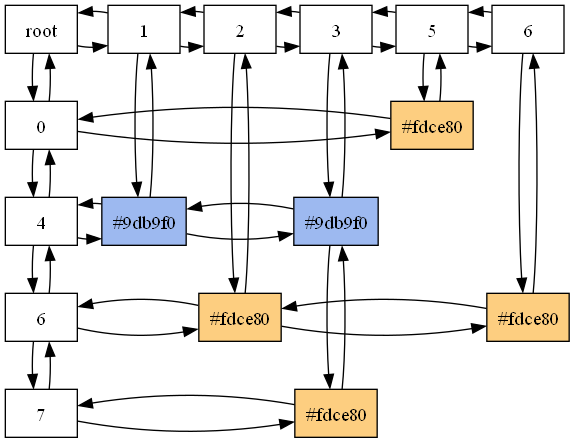
The Graphviz diagram Fase2/matrix.png in helenrodas/FasesProyectoEDD1S_202200066, before a commit. Its source is kept beside it as Fase2/matrix.dot.
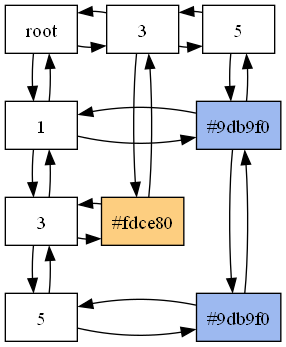
The same file after the commit.

Change to the diagram source:
```diff
@@ -1,66 +1,38 @@
  digraph Matrix {
  node[shape = "box"]
  "Nodo0_0"[label = "root", group="0"]
- "Nodo0_0"->"Nodo2_0"
- "Nodo0_0"->"Nodo2_0"[dir = back]
- "Nodo0_0"->"Nodo0_1"
- "Nodo0_0"->"Nodo0_1"[dir = back]
- "Nodo2_0"[label = "1", group="2"]
- "Nodo2_0"->"Nodo3_0"
- "Nodo2_0"->"Nodo3_0"[dir = back]
- "Nodo2_0"->"Nodo2_5"
- "Nodo2_0"->"Nodo2_5"[dir = back]
- "Nodo3_0"[label = "2", group="3"]
- "Nodo3_0"->"Nodo4_0"
- "Nodo3_0"->"Nodo4_0"[dir = back]
- "Nodo3_0"->"Nodo3_7"
- "Nodo3_0"->"Nodo3_7"[dir = back]
+ "Nodo0_0"->"Nodo4_0"
+ "Nodo0_0"->"Nodo4_0"[dir = back]
+ "Nodo0_0"->"Nodo0_2"
+ "Nodo0_0"->"Nodo0_2"[dir = back]
  "Nodo4_0"[label = "3", group="4"]
  "Nodo4_0"->"Nodo6_0"
  "Nodo4_0"->"Nodo6_0"[dir = back]
- "Nodo4_0"->"Nodo4_5"
- "Nodo4_0"->"Nodo4_5"[dir = back]
+ "Nodo4_0"->"Nodo4_4"
+ "Nodo4_0"->"Nodo4_4"[dir = back]
  "Nodo6_0"[label = "5", group="6"]
- "Nodo6_0"->"Nodo7_0"
- "Nodo6_0"->"Nodo7_0"[dir = back]
- "Nodo6_0"->"Nodo6_1"
- "Nodo6_0"->"Nodo6_1"[dir = back]
- "Nodo7_0"[label = "6", group="7"]
- "Nodo7_0"->"Nodo7_7"
- "Nodo7_0"->"Nodo7_7"[dir = back]
- {rank=same;"Nodo0_0";"Nodo2_0";"Nodo3_0";"Nodo4_0";"Nodo6_0";"Nodo7_0"}
- "Nodo0_1"[label = "0", group="0"]
- "Nodo0_1"->"Nodo6_1"
- "Nodo0_1"->"Nodo6_1"[dir = back]
- "Nodo0_1"->"Nodo0_5"
- "Nodo0_1"->"Nodo0_5"[dir = back]
- "Nodo6_1"[label = "#fdce80",  style = filled, fillcolor = "#fdce80" group="6"]
- {rank=same;"Nodo0_1";"Nodo6_1"}
- "Nodo0_5"[label = "4", group="0"]
- "Nodo0_5"->"Nodo2_5"
- "Nodo0_5"->"Nodo2_5"[dir = back]
- "Nodo0_5"->"Nodo0_7"
- "Nodo0_5"->"Nodo0_7"[dir = back]
- "Nodo2_5"[label = "#9db9f0",  style = filled, fillcolor = "#9db9f0" group="2"]
- "Nodo2_5"->"Nodo4_5"
- "Nodo2_5"->"Nodo4_5"[dir = back]
- "Nodo4_5"[label = "#9db9f0",  style = filled, fillcolor = "#9db9f0" group="4"]
- "Nodo4_5"->"Nodo4_8"
- "Nodo4_5"->"Nodo4_8"[dir = back]
- {rank=same;"Nodo0_5";"Nodo2_5";"Nodo4_5"}
- "Nodo0_7"[label = "6", group="0"]
- "Nodo0_7"->"Nodo3_7"
- "Nodo0_7"->"Nodo3_7"[dir = back]
- "Nodo0_7"->"Nodo0_8"
- "Nodo0_7"->"Nodo0_8"[dir = back]
- "Nodo3_7"[label = "#fdce80",  style = filled, fillcolor = "#fdce80" group="3"]
- "Nodo3_7"->"Nodo7_7"
- "Nodo3_7"->"Nodo7_7"[dir = back]
- "Nodo7_7"[label = "#fdce80",  style = filled, fillcolor = "#fdce80" group="7"]
- {rank=same;"Nodo0_7";"Nodo3_7";"Nodo7_7"}
- "Nodo0_8"[label = "7", group="0"]
- "Nodo0_8"->"Nodo4_8"
- "Nodo0_8"->"Nodo4_8"[dir = back]
- "Nodo4_8"[label = "#fdce80",  style = filled, fillcolor = "#fdce80" group="4"]
- {rank=same;"Nodo0_8";"Nodo4_8"}
+ "Nodo6_0"->"Nodo6_2"
+ "Nodo6_0"->"Nodo6_2"[dir = back]
+ {rank=same;"Nodo0_0";"Nodo4_0";"Nodo6_0"}
+ "Nodo0_2"[label = "1", group="0"]
+ "Nodo0_2"->"Nodo6_2"
+ "Nodo0_2"->"Nodo6_2"[dir = back]
+ "Nodo0_2"->"Nodo0_4"
+ "Nodo0_2"->"Nodo0_4"[dir = back]
+ "Nodo6_2"[label = "#9db9f0",  style = filled, fillcolor = "#9db9f0" group="6"]
+ "Nodo6_2"->"Nodo6_6"
+ "Nodo6_2"->"Nodo6_6"[dir = back]
+ {rank=same;"Nodo0_2";"Nodo6_2"}
+ "Nodo0_4"[label = "3", group="0"]
+ "Nodo0_4"->"Nodo4_4"
+ "Nodo0_4"->"Nodo4_4"[dir = back]
+ "Nodo0_4"->"Nodo0_6"
+ "Nodo0_4"->"Nodo0_6"[dir = back]
+ "Nodo4_4"[label = "#fdce80",  style = filled, fillcolor = "#fdce80" group="4"]
+ {rank=same;"Nodo0_4";"Nodo4_4"}
+ "Nodo0_6"[label = "5", group="0"]
+ "Nodo0_6"->"Nodo6_6"
+ "Nodo0_6"->"Nodo6_6"[dir = back]
+ "Nodo6_6"[label = "#9db9f0",  style = filled, fillcolor = "#9db9f0" group="6"]
+ {rank=same;"Nodo0_6";"Nodo6_6"}
  }
```
